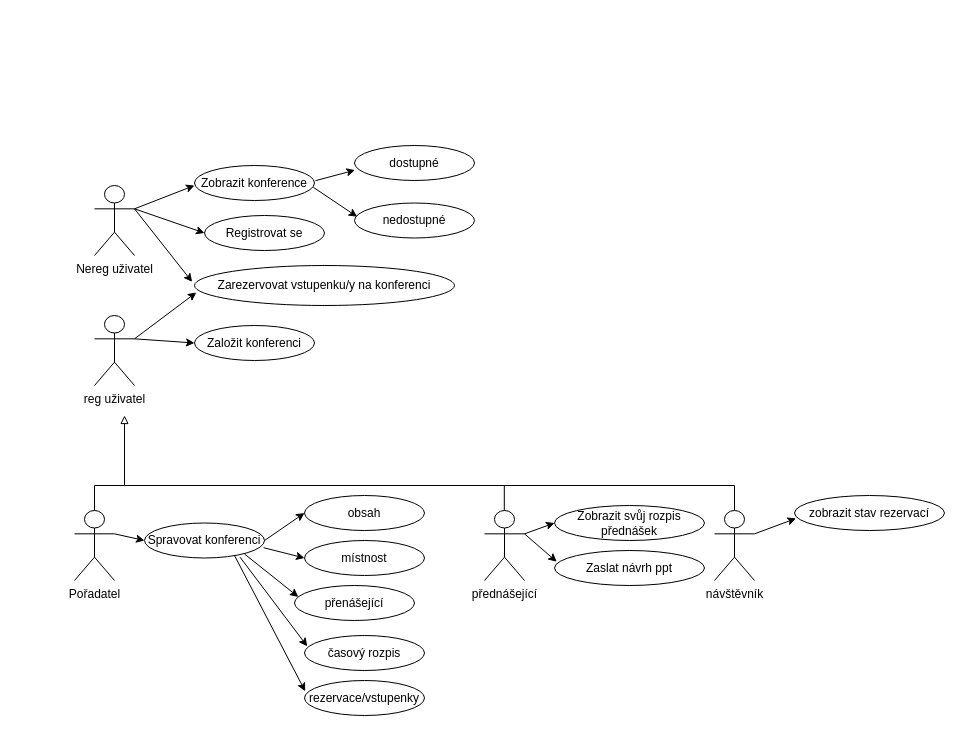
Before: doc/use-case-diagram/ISS.drawio in Doly02/iis-proj, a draw.io diagram. Source tidied: cells renumbered, new cells numbered last; positions are measured from the earlier drawing's top-left corner, leaving out a move shared by most shapes. Both pictures are drawn from the tidied source at 100%, with x=0, y=0 at pixel (74, 145).
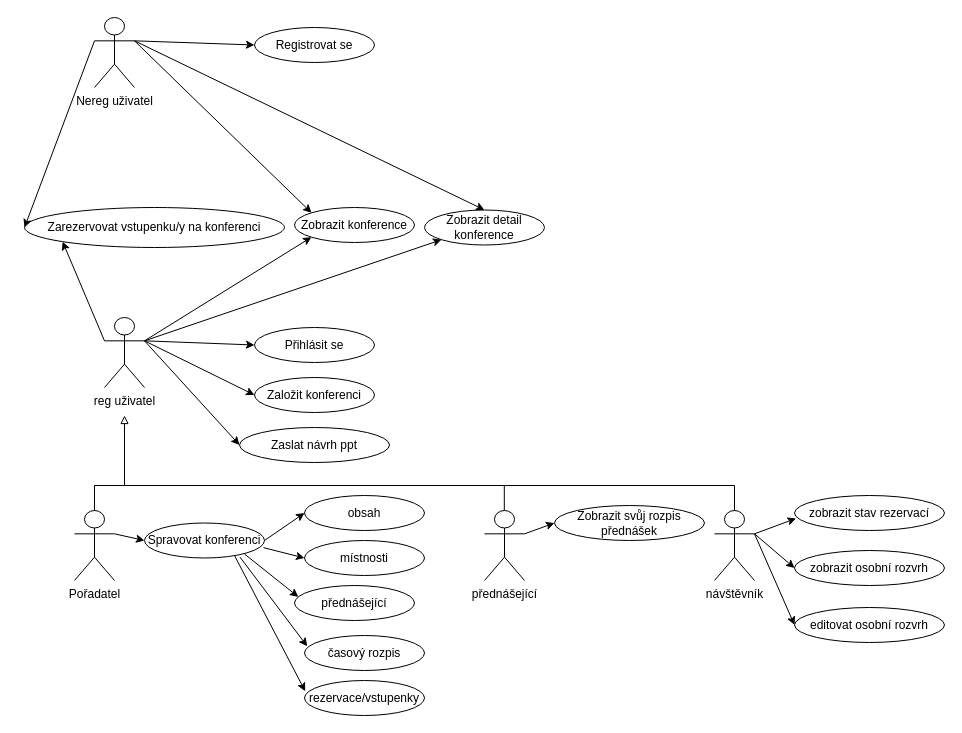
After the change.

Commit message:
[DOC] Use case diagram edit

The change refers to these unchanged cells:
```xml
<mxCell id="30" value="přednášející" style="shape=umlActor;verticalLabelPosition=bottom;verticalAlign=top;html=1;outlineConnect=0;" parent="1" vertex="1">
  <mxGeometry x="410" y="365" width="40" height="70" as="geometry" />
</mxCell>
<mxCell id="38" value="návštěvník" style="shape=umlActor;verticalLabelPosition=bottom;verticalAlign=top;html=1;outlineConnect=0;" parent="1" vertex="1">
  <mxGeometry x="640" y="365" width="40" height="70" as="geometry" />
</mxCell>
```

Diff of the diagram source:
```diff
@@
     <mxCell id="3" value="Nereg uživatel" style="shape=umlActor;verticalLabelPosition=bottom;verticalAlign=top;html=1;outlineConnect=0;" parent="1" vertex="1">
-      <mxGeometry x="20" y="40" width="40" height="70" as="geometry" />
+      <mxGeometry x="20" y="-128" width="40" height="70" as="geometry" />
     </mxCell>
     <mxCell id="4" value="Zobrazit konference" style="ellipse;whiteSpace=wrap;html=1;" parent="1" vertex="1">
-      <mxGeometry x="120" y="20" width="120" height="35" as="geometry" />
+      <mxGeometry x="220" y="62" width="120" height="35" as="geometry" />
     </mxCell>
-    <mxCell id="5" value="nedostupné" style="ellipse;whiteSpace=wrap;html=1;" parent="1" vertex="1">
-      <mxGeometry x="280" y="57.5" width="120" height="35" as="geometry" />
-    </mxCell>
-    <mxCell id="6" style="endArrow=classic;html=1;rounded=0;exitX=1;exitY=0.3333333333333333;exitDx=0;exitDy=0;exitPerimeter=0;" parent="1" edge="1" source="3">
-      <mxGeometry relative="1" as="geometry">
-        <mxPoint x="120" y="40" as="targetPoint" />
-      </mxGeometry>
+    <mxCell id="6" style="endArrow=classic;html=1;rounded=0;exitX=1;exitY=0.3333333333333333;exitDx=0;exitDy=0;exitPerimeter=0;entryX=0;entryY=1;entryDx=0;entryDy=0;" parent="1" edge="1" source="26" target="4">
+      <mxGeometry relative="1" as="geometry" />
     </mxCell>
-    <mxCell id="7" value="dostupné" style="ellipse;whiteSpace=wrap;html=1;" parent="1" vertex="1">
-      <mxGeometry x="280" width="120" height="35" as="geometry" />
-    </mxCell>
-    <mxCell id="8" style="endArrow=classic;html=1;rounded=0;entryX=0.004;entryY=0.704;entryDx=0;entryDy=0;entryPerimeter=0;exitX=1.008;exitY=0.433;exitDx=0;exitDy=0;exitPerimeter=0;" parent="1" edge="1" source="4" target="7">
-      <mxGeometry relative="1" as="geometry" />
-    </mxCell>
-    <mxCell id="9" style="endArrow=classic;html=1;rounded=0;entryX=0.022;entryY=0.392;entryDx=0;entryDy=0;entryPerimeter=0;exitX=0.99;exitY=0.622;exitDx=0;exitDy=0;exitPerimeter=0;" parent="1" edge="1" source="4" target="5">
-      <mxGeometry relative="1" as="geometry" />
-    </mxCell>
     <mxCell id="10" value="Registrovat se" style="ellipse;whiteSpace=wrap;html=1;" parent="1" vertex="1">
-      <mxGeometry x="130" y="70" width="120" height="35" as="geometry" />
+      <mxGeometry x="180" y="-118" width="120" height="35" as="geometry" />
     </mxCell>
@@
     <mxCell id="12" value="Zarezervovat vstupenku/y na konferenci" style="ellipse;whiteSpace=wrap;html=1;" parent="1" vertex="1">
-      <mxGeometry x="120" y="120" width="260" height="40" as="geometry" />
+      <mxGeometry x="-50" y="62" width="260" height="40" as="geometry" />
     </mxCell>
-    <mxCell id="13" style="endArrow=classic;html=1;rounded=0;exitX=1;exitY=0.3333333333333333;exitDx=0;exitDy=0;exitPerimeter=0;entryX=-0.009;entryY=0.409;entryDx=0;entryDy=0;entryPerimeter=0;" parent="1" edge="1" source="3" target="12">
+    <mxCell id="13" style="endArrow=classic;html=1;rounded=0;exitX=0;exitY=0.3333333333333333;exitDx=0;exitDy=0;exitPerimeter=0;entryX=0;entryY=0.5;entryDx=0;entryDy=0;" parent="1" edge="1" source="3" target="12">
       <mxGeometry relative="1" as="geometry" />
     </mxCell>
@@
-    <mxCell id="17" value="místnost" style="ellipse;whiteSpace=wrap;html=1;" parent="1" vertex="1">
+    <mxCell id="17" value="místnosti" style="ellipse;whiteSpace=wrap;html=1;" parent="1" vertex="1">
       <mxGeometry x="230" y="395" width="120" height="35" as="geometry" />
     </mxCell>
@@
-    <mxCell id="21" value="přenášející" style="ellipse;whiteSpace=wrap;html=1;" parent="1" vertex="1">
+    <mxCell id="21" value="přednášející" style="ellipse;whiteSpace=wrap;html=1;" parent="1" vertex="1">
       <mxGeometry x="220" y="440" width="120" height="35" as="geometry" />
     </mxCell>
@@
     <mxCell id="26" value="reg uživatel" style="shape=umlActor;verticalLabelPosition=bottom;verticalAlign=top;html=1;outlineConnect=0;" parent="1" vertex="1">
-      <mxGeometry x="20" y="170" width="40" height="70" as="geometry" />
+      <mxGeometry x="30" y="172" width="40" height="70" as="geometry" />
     </mxCell>
-    <mxCell id="27" style="endArrow=classic;html=1;rounded=0;exitX=1;exitY=0.3333333333333333;exitDx=0;exitDy=0;exitPerimeter=0;entryX=0.007;entryY=0.674;entryDx=0;entryDy=0;entryPerimeter=0;" parent="1" edge="1" source="26" target="12">
+    <mxCell id="27" style="endArrow=classic;html=1;rounded=0;exitX=0;exitY=0.3333333333333333;exitDx=0;exitDy=0;exitPerimeter=0;entryX=0;entryY=1;entryDx=0;entryDy=0;" parent="1" edge="1" source="26" target="12">
       <mxGeometry relative="1" as="geometry" />
     </mxCell>
     <mxCell id="28" value="Založit konferenci" style="ellipse;whiteSpace=wrap;html=1;" parent="1" vertex="1">
-      <mxGeometry x="120" y="180" width="120" height="35" as="geometry" />
+      <mxGeometry x="180" y="232" width="120" height="35" as="geometry" />
     </mxCell>
@@
-    <mxCell id="41" value="Zaslat návrh ppt" style="ellipse;whiteSpace=wrap;html=1;" parent="1" vertex="1">
-      <mxGeometry x="480" y="405" width="150" height="35" as="geometry" />
-    </mxCell>
-    <mxCell id="42" style="endArrow=classic;html=1;rounded=0;exitX=1;exitY=0.3333333333333333;exitDx=0;exitDy=0;exitPerimeter=0;entryX=0.015;entryY=0.321;entryDx=0;entryDy=0;entryPerimeter=0;" parent="1" edge="1" source="30" target="41">
+    <mxCell id="42" style="endArrow=classic;html=1;rounded=0;exitX=1;exitY=0.3333333333333333;exitDx=0;exitDy=0;exitPerimeter=0;entryX=0;entryY=0.5;entryDx=0;entryDy=0;" parent="1" edge="1" source="26" target="41">
       <mxGeometry relative="1" as="geometry" />
     </mxCell>
@@
+    <mxCell id="45" value="Přihlásit se" style="ellipse;whiteSpace=wrap;html=1;" parent="1" vertex="1">
+      <mxGeometry x="180" y="182" width="120" height="35" as="geometry" />
+    </mxCell>
+    <mxCell id="46" style="endArrow=classic;html=1;rounded=0;exitX=1;exitY=0.3333333333333333;exitDx=0;exitDy=0;exitPerimeter=0;entryX=0;entryY=0.5;entryDx=0;entryDy=0;" parent="1" edge="1" source="26" target="45">
+      <mxGeometry relative="1" as="geometry" />
+    </mxCell>
+    <mxCell id="47" style="endArrow=classic;html=1;rounded=0;exitX=1;exitY=0.3333333333333333;exitDx=0;exitDy=0;exitPerimeter=0;entryX=0;entryY=0;entryDx=0;entryDy=0;" parent="1" edge="1" source="3" target="4">
+      <mxGeometry relative="1" as="geometry" />
+    </mxCell>
+    <mxCell id="48" value="Zobrazit detail konference" style="ellipse;whiteSpace=wrap;html=1;" parent="1" vertex="1">
+      <mxGeometry x="350" y="64.5" width="120" height="35" as="geometry" />
+    </mxCell>
+    <mxCell id="49" style="endArrow=classic;html=1;rounded=0;exitX=1;exitY=0.3333333333333333;exitDx=0;exitDy=0;exitPerimeter=0;entryX=0.5;entryY=0;entryDx=0;entryDy=0;" parent="1" edge="1" source="3" target="48">
+      <mxGeometry relative="1" as="geometry" />
+    </mxCell>
+    <mxCell id="50" style="endArrow=classic;html=1;rounded=0;exitX=1;exitY=0.3333333333333333;exitDx=0;exitDy=0;exitPerimeter=0;entryX=0;entryY=1;entryDx=0;entryDy=0;" parent="1" edge="1" source="26" target="48">
+      <mxGeometry relative="1" as="geometry" />
+    </mxCell>
+    <mxCell id="51" value="zobrazit osobní rozvrh" style="ellipse;whiteSpace=wrap;html=1;" parent="1" vertex="1">
+      <mxGeometry x="720" y="405" width="150" height="35" as="geometry" />
+    </mxCell>
+    <mxCell id="52" value="editovat osobní rozvrh" style="ellipse;whiteSpace=wrap;html=1;" parent="1" vertex="1">
+      <mxGeometry x="720" y="462" width="150" height="35" as="geometry" />
+    </mxCell>
+    <mxCell id="53" style="endArrow=classic;html=1;rounded=0;exitX=1;exitY=0.3333333333333333;exitDx=0;exitDy=0;exitPerimeter=0;entryX=0;entryY=0.5;entryDx=0;entryDy=0;" parent="1" edge="1" source="38" target="51">
+      <mxGeometry relative="1" as="geometry" />
+    </mxCell>
+    <mxCell id="54" style="endArrow=classic;html=1;rounded=0;exitX=1;exitY=0.3333333333333333;exitDx=0;exitDy=0;exitPerimeter=0;entryX=0;entryY=0.5;entryDx=0;entryDy=0;" parent="1" edge="1" source="38" target="52">
+      <mxGeometry relative="1" as="geometry" />
+    </mxCell>
+    <mxCell id="41" value="Zaslat návrh ppt" style="ellipse;whiteSpace=wrap;html=1;" parent="1" vertex="1">
+      <mxGeometry x="165" y="282" width="150" height="35" as="geometry" />
+    </mxCell>
```
